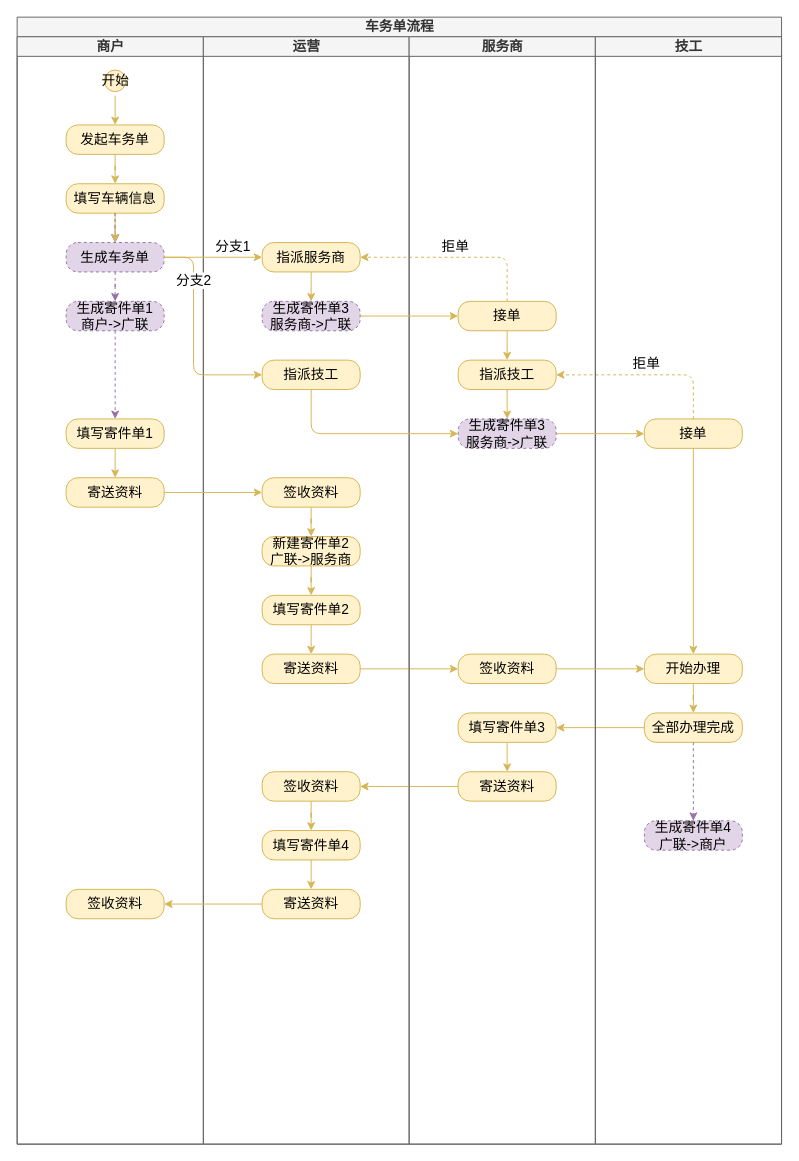
Earlier version of the draw.io diagram page "包活干-2.0.0" (2 of 2) of diagram-bao_huo_gan.drawio (Woobhurk/tyz-pic-repo). Source tidied: cells renumbered, new cells numbered last; positions are measured from the earlier drawing's top-left corner, leaving out a move shared by most shapes. Both pictures are drawn from the tidied source at 98%, with x=0, y=0 at pixel (17, 17).
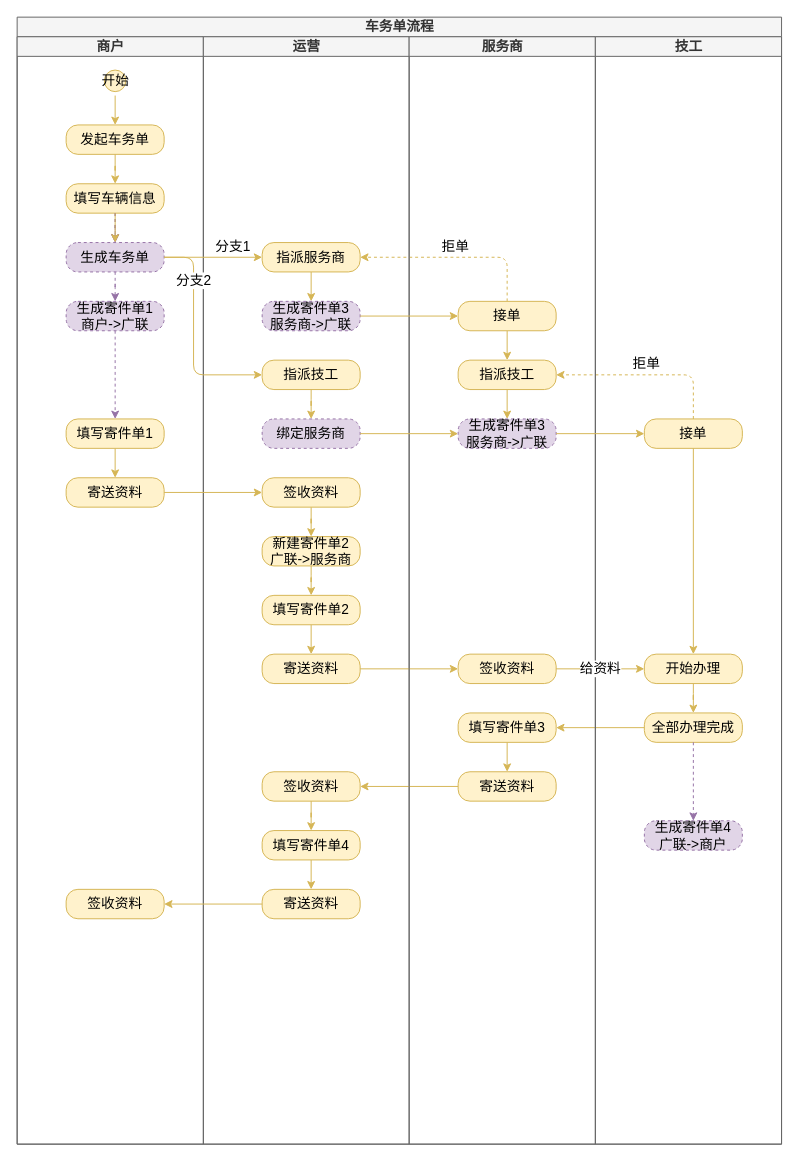
Above is the later version.

Unchanged cells that the change refers to:
```xml
<mxCell id="2" value="车务单流程" style="swimlane;html=1;startSize=20;fontSize=14;fillColor=#f5f5f5;strokeColor=#666666;fontColor=#333333;" parent="1" vertex="1">
  <mxGeometry width="780" height="1150" as="geometry" />
</mxCell>
<mxCell id="20" value="运营" style="swimlane;html=1;startSize=20;fontSize=14;fillColor=#f5f5f5;strokeColor=#666666;fontColor=#333333;" parent="2" vertex="1">
  <mxGeometry x="190" y="20" width="210" height="1130" as="geometry" />
</mxCell>
<mxCell id="24" value="指派技工" style="rounded=1;whiteSpace=wrap;html=1;arcSize=40;sketch=0;fontSize=14;fillColor=#fff2cc;strokeColor=#d6b656;" parent="20" vertex="1">
  <mxGeometry x="60" y="330" width="100" height="30" as="geometry" />
</mxCell>
<mxCell id="49" value="生成寄件单3&lt;br&gt;服务商-&amp;gt;广联" style="whiteSpace=wrap;html=1;rounded=1;fontSize=14;arcSize=40;sketch=0;fillColor=#e1d5e7;strokeColor=#9673a6;dashed=1;" parent="44" vertex="1">
  <mxGeometry x="50" y="390" width="100" height="30" as="geometry" />
</mxCell>
<mxCell id="52" value="签收资料" style="whiteSpace=wrap;html=1;rounded=1;fontSize=14;arcSize=40;sketch=0;fillColor=#fff2cc;strokeColor=#d6b656;" parent="44" vertex="1">
  <mxGeometry x="50" y="630" width="100" height="30" as="geometry" />
</mxCell>
<mxCell id="57" value="开始办理" style="whiteSpace=wrap;html=1;rounded=1;fontSize=14;arcSize=40;sketch=0;fillColor=#fff2cc;strokeColor=#d6b656;" parent="54" vertex="1">
  <mxGeometry x="50" y="630" width="100" height="30" as="geometry" />
</mxCell>
```

What changed in the source:
```diff
@@
+    <mxCell id="68" style="edgeStyle=orthogonalEdgeStyle;rounded=1;jettySize=auto;html=1;fillColor=#fff2cc;strokeColor=#d6b656;" parent="20" edge="1" source="24" target="69">
+      <mxGeometry relative="1" as="geometry" />
+    </mxCell>
+    <mxCell id="69" value="绑定服务商" style="rounded=1;whiteSpace=wrap;html=1;arcSize=40;sketch=0;fontSize=14;fillColor=#e1d5e7;strokeColor=#9673a6;dashed=1;" parent="20" vertex="1">
+      <mxGeometry x="60" y="390" width="100" height="30" as="geometry" />
+    </mxCell>
@@
-    <mxCell id="64" style="edgeStyle=orthogonalEdgeStyle;rounded=1;jettySize=auto;html=1;exitX=0.5;exitY=1;exitDx=0;exitDy=0;entryX=0;entryY=0.5;entryDx=0;entryDy=0;fillColor=#fff2cc;strokeColor=#d6b656;fontSize=14;verticalAlign=bottom;" parent="2" edge="1" source="24" target="49">
-      <mxGeometry relative="1" as="geometry" />
-    </mxCell>
-    <mxCell id="65" style="edgeStyle=orthogonalEdgeStyle;rounded=1;jettySize=auto;html=1;exitX=1;exitY=0.5;exitDx=0;exitDy=0;entryX=0;entryY=0.5;entryDx=0;entryDy=0;fontSize=14;fillColor=#fff2cc;strokeColor=#d6b656;" parent="2" edge="1" source="52" target="57">
+    <mxCell id="65" value="给资料" style="edgeStyle=orthogonalEdgeStyle;rounded=1;jettySize=auto;html=1;exitX=1;exitY=0.5;exitDx=0;exitDy=0;entryX=0;entryY=0.5;entryDx=0;entryDy=0;fontSize=14;fillColor=#fff2cc;strokeColor=#d6b656;" parent="2" edge="1" source="52" target="57">
       <mxGeometry relative="1" as="geometry" />
     </mxCell>
+    <mxCell id="70" style="edgeStyle=orthogonalEdgeStyle;rounded=1;jettySize=auto;html=1;exitX=1;exitY=0.5;exitDx=0;exitDy=0;entryX=0;entryY=0.5;entryDx=0;entryDy=0;fillColor=#fff2cc;strokeColor=#d6b656;" parent="2" edge="1" source="69" target="49">
+      <mxGeometry relative="1" as="geometry" />
+    </mxCell>
```
